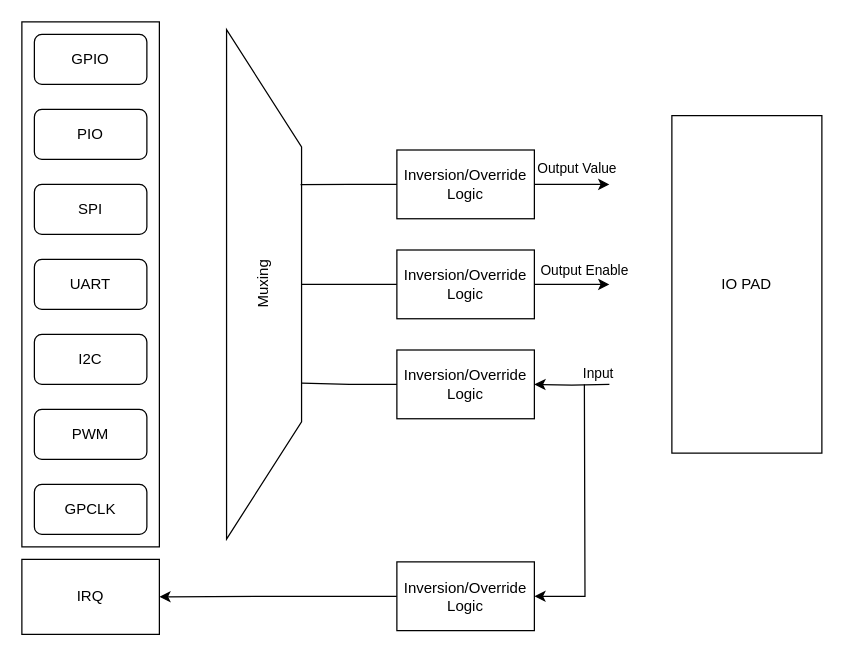
The draw.io diagram rp2040.drawio in f23505106/drawio, before the edit. Source tidied: cells renumbered, new cells numbered last; positions are measured from the earlier drawing's top-left corner, leaving out a move shared by most shapes. Both pictures are drawn from the tidied source at 125%, with x=0, y=0 at pixel (9, 21).
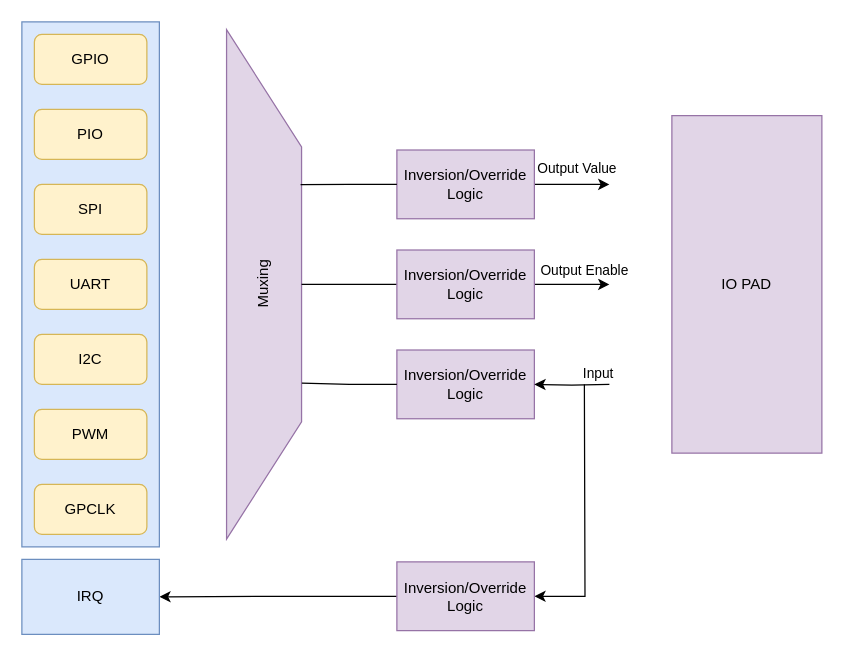
The same diagram, later.

Change to the diagram source:
```diff
@@
-    <mxCell id="2" style="rounded=0;whiteSpace=wrap;html=1;shadow=0;" parent="1" vertex="1">
+    <mxCell id="2" style="rounded=0;whiteSpace=wrap;html=1;shadow=0;fillColor=#dae8fc;strokeColor=#6c8ebf;" parent="1" vertex="1">
       <mxGeometry x="10" width="110" height="420" as="geometry" />
     </mxCell>
-    <mxCell id="3" value="GPIO" style="rounded=1;whiteSpace=wrap;html=1;" parent="1" vertex="1">
+    <mxCell id="3" value="GPIO" style="rounded=1;whiteSpace=wrap;html=1;fillColor=#fff2cc;strokeColor=#d6b656;" parent="1" vertex="1">
       <mxGeometry x="20" y="10" width="90" height="40" as="geometry" />
     </mxCell>
-    <mxCell id="4" value="PIO" style="rounded=1;whiteSpace=wrap;html=1;" parent="1" vertex="1">
+    <mxCell id="4" value="PIO" style="rounded=1;whiteSpace=wrap;html=1;fillColor=#fff2cc;strokeColor=#d6b656;" parent="1" vertex="1">
       <mxGeometry x="20" y="70" width="90" height="40" as="geometry" />
     </mxCell>
-    <mxCell id="5" value="GPCLK" style="rounded=1;whiteSpace=wrap;html=1;" parent="1" vertex="1">
+    <mxCell id="5" value="GPCLK" style="rounded=1;whiteSpace=wrap;html=1;fillColor=#fff2cc;strokeColor=#d6b656;" parent="1" vertex="1">
       <mxGeometry x="20" y="370" width="90" height="40" as="geometry" />
     </mxCell>
-    <mxCell id="6" value="PWM" style="rounded=1;whiteSpace=wrap;html=1;" parent="1" vertex="1">
+    <mxCell id="6" value="PWM" style="rounded=1;whiteSpace=wrap;html=1;fillColor=#fff2cc;strokeColor=#d6b656;" parent="1" vertex="1">
       <mxGeometry x="20" y="310" width="90" height="40" as="geometry" />
     </mxCell>
-    <mxCell id="7" value="SPI" style="rounded=1;whiteSpace=wrap;html=1;" parent="1" vertex="1">
+    <mxCell id="7" value="SPI" style="rounded=1;whiteSpace=wrap;html=1;fillColor=#fff2cc;strokeColor=#d6b656;" parent="1" vertex="1">
       <mxGeometry x="20" y="130" width="90" height="40" as="geometry" />
     </mxCell>
-    <mxCell id="8" value="UART" style="rounded=1;whiteSpace=wrap;html=1;" parent="1" vertex="1">
+    <mxCell id="8" value="UART" style="rounded=1;whiteSpace=wrap;html=1;fillColor=#fff2cc;strokeColor=#d6b656;" parent="1" vertex="1">
       <mxGeometry x="20" y="190" width="90" height="40" as="geometry" />
     </mxCell>
-    <mxCell id="9" value="I2C" style="rounded=1;whiteSpace=wrap;html=1;" parent="1" vertex="1">
+    <mxCell id="9" value="I2C" style="rounded=1;whiteSpace=wrap;html=1;fillColor=#fff2cc;strokeColor=#d6b656;" parent="1" vertex="1">
       <mxGeometry x="20" y="250" width="90" height="40" as="geometry" />
     </mxCell>
-    <mxCell id="10" value="Muxing" style="verticalLabelPosition=middle;verticalAlign=middle;html=1;shape=trapezoid;perimeter=trapezoidPerimeter;whiteSpace=wrap;size=0.23;arcSize=10;flipV=1;labelPosition=center;align=center;rotation=270;flipH=0;" parent="1" vertex="1">
+    <mxCell id="10" value="Muxing" style="verticalLabelPosition=middle;verticalAlign=middle;html=1;shape=trapezoid;perimeter=trapezoidPerimeter;whiteSpace=wrap;size=0.23;arcSize=10;flipV=1;labelPosition=center;align=center;rotation=270;flipH=0;fillColor=#e1d5e7;strokeColor=#9673a6;" parent="1" vertex="1">
       <mxGeometry y="180" width="407.5" height="60" as="geometry" />
     </mxCell>
@@
-    <mxCell id="14" value="Inversion/Override&lt;br&gt;Logic" style="rounded=0;whiteSpace=wrap;html=1;" parent="1" vertex="1">
+    <mxCell id="14" value="Inversion/Override&lt;br&gt;Logic" style="rounded=0;whiteSpace=wrap;html=1;fillColor=#e1d5e7;strokeColor=#9673a6;" parent="1" vertex="1">
       <mxGeometry x="310" y="182.5" width="110" height="55" as="geometry" />
     </mxCell>
-    <mxCell id="15" value="IO PAD" style="rounded=0;whiteSpace=wrap;html=1;" parent="1" vertex="1">
+    <mxCell id="15" value="IO PAD" style="rounded=0;whiteSpace=wrap;html=1;fillColor=#e1d5e7;strokeColor=#9673a6;" parent="1" vertex="1">
       <mxGeometry x="530" y="75" width="120" height="270" as="geometry" />
     </mxCell>
-    <mxCell id="16" value="Inversion/Override&lt;br&gt;Logic" style="rounded=0;whiteSpace=wrap;html=1;" parent="1" vertex="1">
+    <mxCell id="16" value="Inversion/Override&lt;br&gt;Logic" style="rounded=0;whiteSpace=wrap;html=1;fillColor=#e1d5e7;strokeColor=#9673a6;" parent="1" vertex="1">
       <mxGeometry x="310" y="262.5" width="110" height="55" as="geometry" />
     </mxCell>
@@
-    <mxCell id="19" value="Inversion/Override&lt;br&gt;Logic" style="rounded=0;whiteSpace=wrap;html=1;" parent="1" vertex="1">
+    <mxCell id="19" value="Inversion/Override&lt;br&gt;Logic" style="rounded=0;whiteSpace=wrap;html=1;fillColor=#e1d5e7;strokeColor=#9673a6;" parent="1" vertex="1">
       <mxGeometry x="310" y="432" width="110" height="55" as="geometry" />
     </mxCell>
-    <mxCell id="20" value="IRQ" style="rounded=0;whiteSpace=wrap;html=1;" parent="1" vertex="1">
+    <mxCell id="20" value="IRQ" style="rounded=0;whiteSpace=wrap;html=1;fillColor=#dae8fc;strokeColor=#6c8ebf;" parent="1" vertex="1">
       <mxGeometry x="10" y="430" width="110" height="60" as="geometry" />
     </mxCell>
@@
-    <mxCell id="23" value="Inversion/Override&lt;br&gt;Logic" style="rounded=0;whiteSpace=wrap;html=1;" parent="1" vertex="1">
+    <mxCell id="23" value="Inversion/Override&lt;br&gt;Logic" style="rounded=0;whiteSpace=wrap;html=1;fillColor=#e1d5e7;strokeColor=#9673a6;" parent="1" vertex="1">
       <mxGeometry x="310" y="102.5" width="110" height="55" as="geometry" />
     </mxCell>
```
